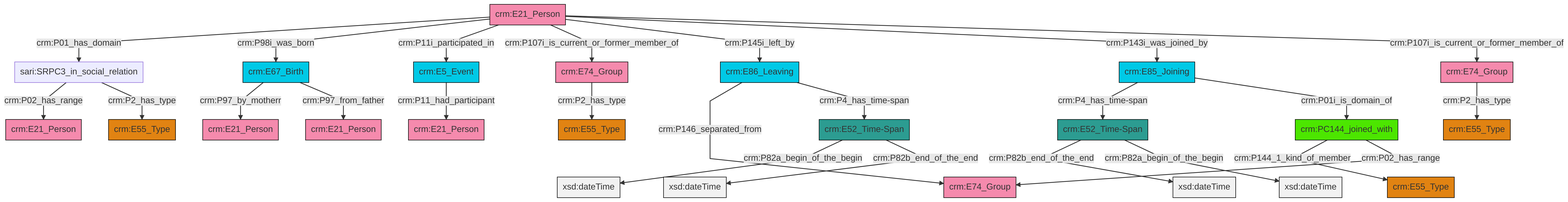
Before: et/personCSV/ttl/mmd/png/Person_Actor_Relations.png, a diagram exported from Mermaid (swiss-art-research-net/docs.swissartresearch). Its source is kept beside it as et/personCSV/ttl/mmd/Person_Actor_Relations.ttl.mmd.
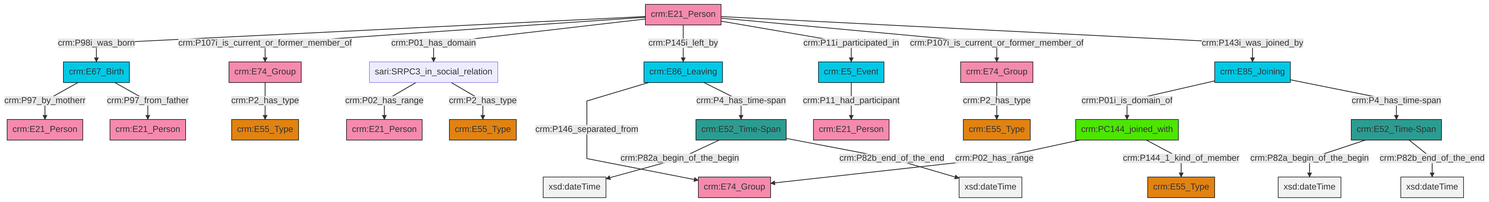
The same diagram one commit later.

Diff of the diagram source:
```diff
@@ -13,27 +13,27 @@
 classDef PC_Classes fill:#4ce600, stroke:#000000;
 classDef Multi fill:#cccccc,stroke:#000000;
 
-6["sari:SRPC3_in_social_relation"]:::Default -->|crm:P02_has_range| 2["crm:E21_Person"]:::Actor
-7["crm:E74_Group"]:::Actor -->|crm:P2_has_type| 9["crm:E55_Type"]:::Type
-10["crm:E21_Person"]:::Actor -->|crm:P01_has_domain| 6["sari:SRPC3_in_social_relation"]:::Default
-11["crm:PC144_joined_with"]:::PC_Classes -->|crm:P144_1_kind_of_member| 12["crm:E55_Type"]:::Type
-14["crm:E86_Leaving"]:::Temporal_Entity -->|crm:P146_separated_from| 15["crm:E74_Group"]:::Actor
-21["crm:E67_Birth"]:::Temporal_Entity -->|crm:P97_by_motherr| 16["crm:E21_Person"]:::Actor
-10["crm:E21_Person"]:::Actor -->|crm:P98i_was_born| 21["crm:E67_Birth"]:::Temporal_Entity
-25["crm:E74_Group"]:::Actor -->|crm:P2_has_type| 22["crm:E55_Type"]:::Type
-6["sari:SRPC3_in_social_relation"]:::Default -->|crm:P2_has_type| 19["crm:E55_Type"]:::Type
-27["crm:E52_Time-Span"]:::Time-Span -->|crm:P82a_begin_of_the_begin| 28[xsd:dateTime]:::Literal
-0["crm:E52_Time-Span"]:::Time-Span -->|crm:P82b_end_of_the_end| 30[xsd:dateTime]:::Literal
-10["crm:E21_Person"]:::Actor -->|crm:P11i_participated_in| 31["crm:E5_Event"]:::Temporal_Entity
-21["crm:E67_Birth"]:::Temporal_Entity -->|crm:P97_from_father| 32["crm:E21_Person"]:::Actor
-31["crm:E5_Event"]:::Temporal_Entity -->|crm:P11_had_participant| 4["crm:E21_Person"]:::Actor
-11["crm:PC144_joined_with"]:::PC_Classes -->|crm:P02_has_range| 15["crm:E74_Group"]:::Actor
-10["crm:E21_Person"]:::Actor -->|crm:P107i_is_current_or_former_member_of| 25["crm:E74_Group"]:::Actor
-10["crm:E21_Person"]:::Actor -->|crm:P145i_left_by| 14["crm:E86_Leaving"]:::Temporal_Entity
-10["crm:E21_Person"]:::Actor -->|crm:P143i_was_joined_by| 37["crm:E85_Joining"]:::Temporal_Entity
-14["crm:E86_Leaving"]:::Temporal_Entity -->|crm:P4_has_time-span| 27["crm:E52_Time-Span"]:::Time-Span
-10["crm:E21_Person"]:::Actor -->|crm:P107i_is_current_or_former_member_of| 7["crm:E74_Group"]:::Actor
-0["crm:E52_Time-Span"]:::Time-Span -->|crm:P82a_begin_of_the_begin| 39[xsd:dateTime]:::Literal
-37["crm:E85_Joining"]:::Temporal_Entity -->|crm:P4_has_time-span| 0["crm:E52_Time-Span"]:::Time-Span
-27["crm:E52_Time-Span"]:::Time-Span -->|crm:P82b_end_of_the_end| 43[xsd:dateTime]:::Literal
-37["crm:E85_Joining"]:::Temporal_Entity -->|crm:P01i_is_domain_of| 11["crm:PC144_joined_with"]:::PC_Classes
+0["crm:E86_Leaving"]:::Temporal_Entity -->|crm:P146_separated_from| 1["crm:E74_Group"]:::Actor
+5["crm:E52_Time-Span"]:::Time-Span -->|crm:P82a_begin_of_the_begin| 6[xsd:dateTime]:::Literal
+9["crm:PC144_joined_with"]:::PC_Classes -->|crm:P02_has_range| 1["crm:E74_Group"]:::Actor
+12["crm:E74_Group"]:::Actor -->|crm:P2_has_type| 13["crm:E55_Type"]:::Type
+14["crm:E5_Event"]:::Temporal_Entity -->|crm:P11_had_participant| 16["crm:E21_Person"]:::Actor
+17["crm:E52_Time-Span"]:::Time-Span -->|crm:P82a_begin_of_the_begin| 18[xsd:dateTime]:::Literal
+10["crm:E67_Birth"]:::Temporal_Entity -->|crm:P97_by_motherr| 21["crm:E21_Person"]:::Actor
+5["crm:E52_Time-Span"]:::Time-Span -->|crm:P82b_end_of_the_end| 24[xsd:dateTime]:::Literal
+31["crm:E21_Person"]:::Actor -->|crm:P98i_was_born| 10["crm:E67_Birth"]:::Temporal_Entity
+7["crm:E85_Joining"]:::Temporal_Entity -->|crm:P01i_is_domain_of| 9["crm:PC144_joined_with"]:::PC_Classes
+32["sari:SRPC3_in_social_relation"]:::Default -->|crm:P02_has_range| 2["crm:E21_Person"]:::Actor
+31["crm:E21_Person"]:::Actor -->|crm:P107i_is_current_or_former_member_of| 33["crm:E74_Group"]:::Actor
+0["crm:E86_Leaving"]:::Temporal_Entity -->|crm:P4_has_time-span| 17["crm:E52_Time-Span"]:::Time-Span
+17["crm:E52_Time-Span"]:::Time-Span -->|crm:P82b_end_of_the_end| 34[xsd:dateTime]:::Literal
+10["crm:E67_Birth"]:::Temporal_Entity -->|crm:P97_from_father| 19["crm:E21_Person"]:::Actor
+31["crm:E21_Person"]:::Actor -->|crm:P01_has_domain| 32["sari:SRPC3_in_social_relation"]:::Default
+9["crm:PC144_joined_with"]:::PC_Classes -->|crm:P144_1_kind_of_member| 27["crm:E55_Type"]:::Type
+32["sari:SRPC3_in_social_relation"]:::Default -->|crm:P2_has_type| 22["crm:E55_Type"]:::Type
+31["crm:E21_Person"]:::Actor -->|crm:P145i_left_by| 0["crm:E86_Leaving"]:::Temporal_Entity
+7["crm:E85_Joining"]:::Temporal_Entity -->|crm:P4_has_time-span| 5["crm:E52_Time-Span"]:::Time-Span
+31["crm:E21_Person"]:::Actor -->|crm:P11i_participated_in| 14["crm:E5_Event"]:::Temporal_Entity
+31["crm:E21_Person"]:::Actor -->|crm:P107i_is_current_or_former_member_of| 12["crm:E74_Group"]:::Actor
+33["crm:E74_Group"]:::Actor -->|crm:P2_has_type| 36["crm:E55_Type"]:::Type
+31["crm:E21_Person"]:::Actor -->|crm:P143i_was_joined_by| 7["crm:E85_Joining"]:::Temporal_Entity
```
